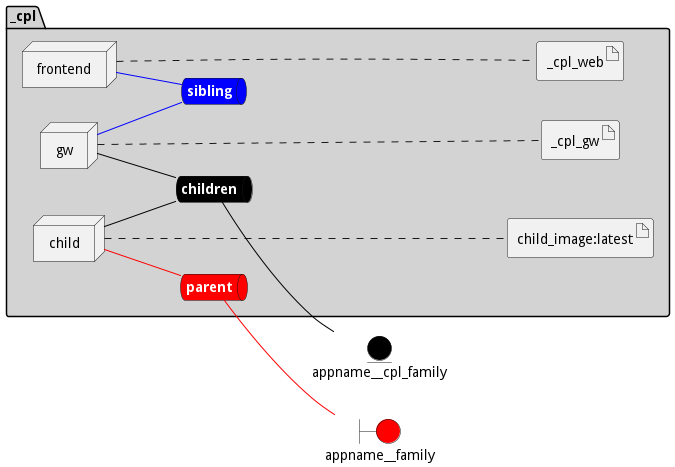
The PlantUML diagram docs/sabr/cpl/envs/test/deployment.png in madajaju/sabr, before a commit. The source it was exported from:
```plantuml
@startuml

left to right direction


boundary appname__family #red


entity appname__cpl_family #black




package "_cpl" #lightgray {
    queue childrennet #black [
            <b><color:white>children</color></b>
    ]

    childrennet -[#black]- appname__cpl_family

    queue siblingnet #blue [
            <b><color:white>sibling</color></b>
    ]

    queue parentnet #red [
            <b><color:white>parent</color></b>
    ]

    parentnet -[#red]- appname__family


node "child" as childService
node "frontend" as frontendService
node "gw" as gwService


        artifact "child_image:latest" as child_imagelatestimage

        artifact "_cpl_web" as _cpl_webimage

        artifact "_cpl_gw" as _cpl_gwimage

}

childService -[#black]- childrennet

childService -[#red]- parentnet

frontendService -[#blue]- siblingnet

gwService -[#black]- childrennet

gwService -[#blue]- siblingnet
childService .... child_imagelatestimage
frontendService .... _cpl_webimage
gwService .... _cpl_gwimage


@enduml
```
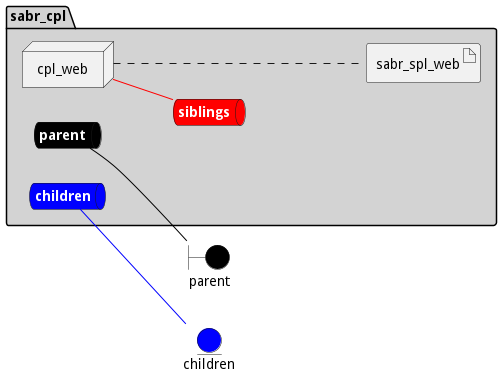
The same file after the commit.

Diff of the diagram source:
```diff
@@ -3,57 +3,41 @@
 left to right direction
 
 
-boundary appname__family #red
+boundary parent #black
 
 
-entity appname__cpl_family #black
+entity children #blue
 
 
 
 
-package "_cpl" #lightgray {
-    queue childrennet #black [
+package "sabr_cpl" #lightgray {
+    queue parentnet #black [
+            <b><color:white>parent</color></b>
+    ]
+
+    parentnet -[#black]- parent
+
+    queue childrennet #blue [
             <b><color:white>children</color></b>
     ]
 
-    childrennet -[#black]- appname__cpl_family
+    childrennet -[#blue]- children
 
-    queue siblingnet #blue [
-            <b><color:white>sibling</color></b>
+    queue siblingsnet #red [
+            <b><color:white>siblings</color></b>
     ]
 
-    queue parentnet #red [
-            <b><color:white>parent</color></b>
-    ]
 
-    parentnet -[#red]- appname__family
+node "cpl_web" as cpl_webService
 
 
-node "child" as childService
-node "frontend" as frontendService
-node "gw" as gwService
-
-
-        artifact "child_image:latest" as child_imagelatestimage
-
-        artifact "_cpl_web" as _cpl_webimage
-
-        artifact "_cpl_gw" as _cpl_gwimage
+        artifact "sabr_spl_web" as sabr_spl_webimage
 
 }
 
-childService -[#black]- childrennet
-
-childService -[#red]- parentnet
-
-frontendService -[#blue]- siblingnet
-
-gwService -[#black]- childrennet
-
-gwService -[#blue]- siblingnet
-childService .... child_imagelatestimage
-frontendService .... _cpl_webimage
-gwService .... _cpl_gwimage
+cpl_webService -[#red]- siblingsnet
+cpl_webService .... sabr_spl_webimage
 
 
 @enduml
```
